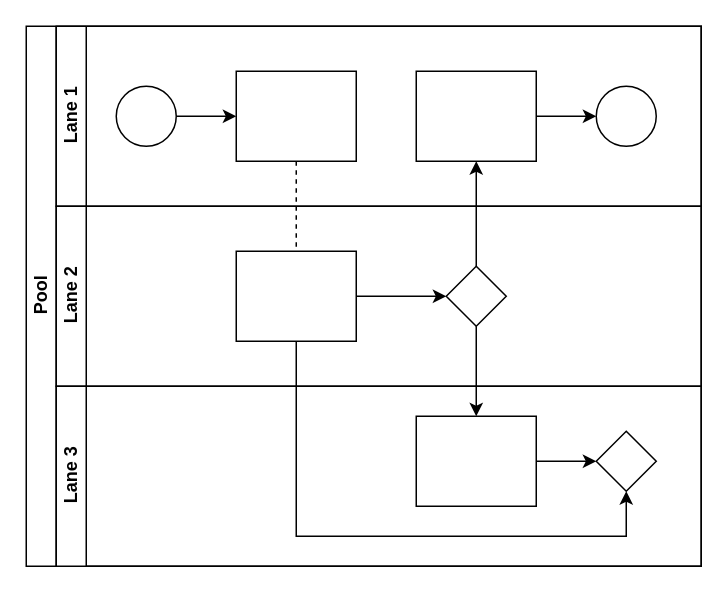
This is test2.drawio from z329995399/draw.io, a draw.io file, before an edit. Source tidied: cells renumbered, new cells numbered last; positions are measured from the earlier drawing's top-left corner, leaving out a move shared by most shapes. Both pictures are drawn from the tidied source at 150%, with x=0, y=0 at pixel (26, 26).
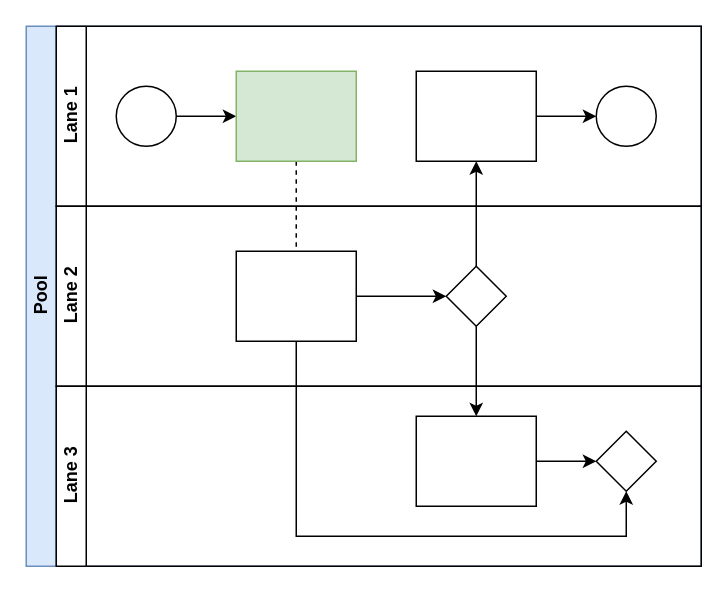
After the change.

The change refers to these unchanged cells:
```xml
<mxCell id="7" value="Lane 1" style="swimlane;html=1;startSize=20;horizontal=0;" parent="2" vertex="1">
  <mxGeometry x="20" width="430" height="120" as="geometry" />
</mxCell>
```

What changed in the source:
```diff
@@
-    <mxCell id="2" value="Pool" style="swimlane;html=1;horizontal=0;startSize=20;" parent="1" vertex="1">
+    <mxCell id="2" value="Pool" style="swimlane;html=1;horizontal=0;startSize=20;fillColor=#dae8fc;strokeColor=#6c8ebf;" parent="1" vertex="1">
       <mxGeometry width="450" height="360" as="geometry" />
     </mxCell>
@@
-    <mxCell id="10" style="rounded=0;whiteSpace=wrap;html=1;fontFamily=Helvetica;fontSize=12;fontColor=#000000;align=center;" parent="7" vertex="1">
+    <mxCell id="10" style="rounded=0;whiteSpace=wrap;html=1;fontFamily=Helvetica;fontSize=12;align=center;fillColor=#d5e8d4;strokeColor=#82b366;" parent="7" vertex="1">
       <mxGeometry x="120" y="30" width="80" height="60" as="geometry" />
     </mxCell>
```
